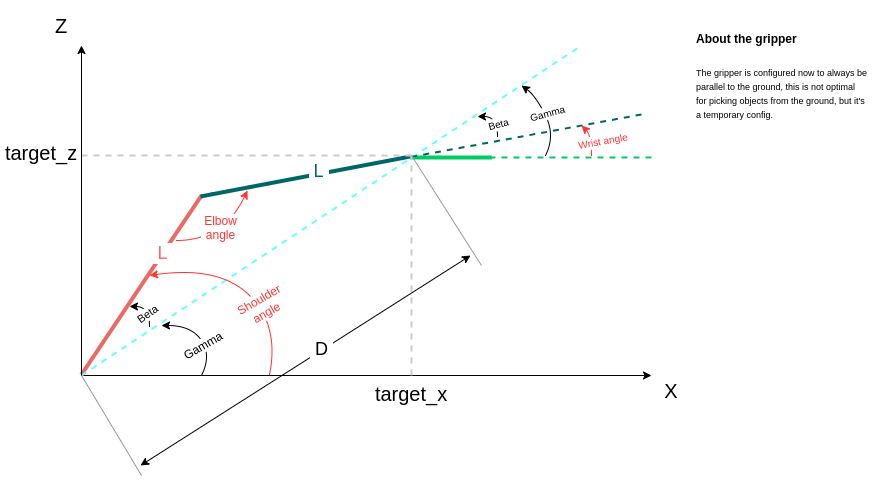
Before: robotic_arm/images/trigonometry.png, a diagram exported from draw.io (MedChebbi/Argus). Source tidied: cells renumbered, new cells last; positions are measured from the earlier drawing's top-left corner, leaving out a move shared by most shapes.
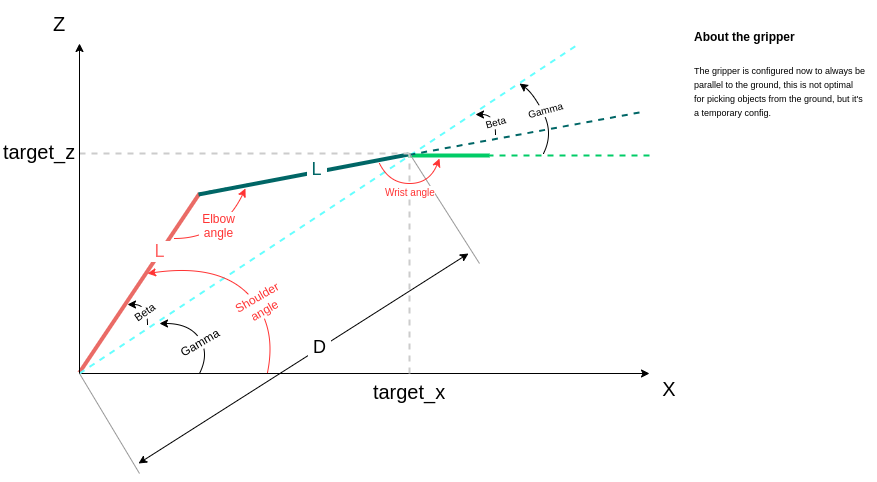
After the commit.

Commit message:
An angle was flasly drawn

The edit, as a diff of the source:
```diff
@@ -180,16 +180,17 @@
     </mxCell>
     <mxCell id="31" style="curved=1;endArrow=classic;html=1;strokeWidth=1;strokeColor=#FF3333;" parent="1" edge="1">
       <mxGeometry relative="1" as="geometry">
-        <mxPoint x="565" y="140" as="sourcePoint" />
-        <mxPoint x="555" y="110" as="targetPoint" />
+        <mxPoint x="355" y="150" as="sourcePoint" />
+        <mxPoint x="415" y="145" as="targetPoint" />
         <Array as="points">
-          <mxPoint x="565" y="120" />
+          <mxPoint x="365" y="170" />
+          <mxPoint x="405" y="170" />
         </Array>
       </mxGeometry>
     </mxCell>
-    <mxCell id="32" value="&lt;font&gt;&lt;font style=&quot;font-size: 10px ; background-color: rgb(255 , 255 , 255)&quot; color=&quot;#ff3333&quot;&gt;&amp;nbsp;Wrist angle&lt;/font&gt;&lt;br&gt;&lt;/font&gt;" style="edgeLabel;html=1;align=center;verticalAlign=middle;rotation=-10;" parent="31" vertex="1">
+    <mxCell id="32" value="&lt;font&gt;&lt;font style=&quot;font-size: 10px ; background-color: rgb(255 , 255 , 255)&quot; color=&quot;#ff3333&quot;&gt;&amp;nbsp;Wrist angle&lt;/font&gt;&lt;br&gt;&lt;/font&gt;" style="edgeLabel;html=1;align=center;verticalAlign=middle;rotation=0;" parent="31" vertex="1">
       <mxGeometry x="-0.28" y="3" relative="1" as="geometry">
-        <mxPoint x="12" y="-2" as="offset" />
+        <mxPoint x="9" y="12" as="offset" />
       </mxGeometry>
     </mxCell>
     <mxCell id="33" style="endArrow=classic;html=1;" parent="1" edge="1">
```
